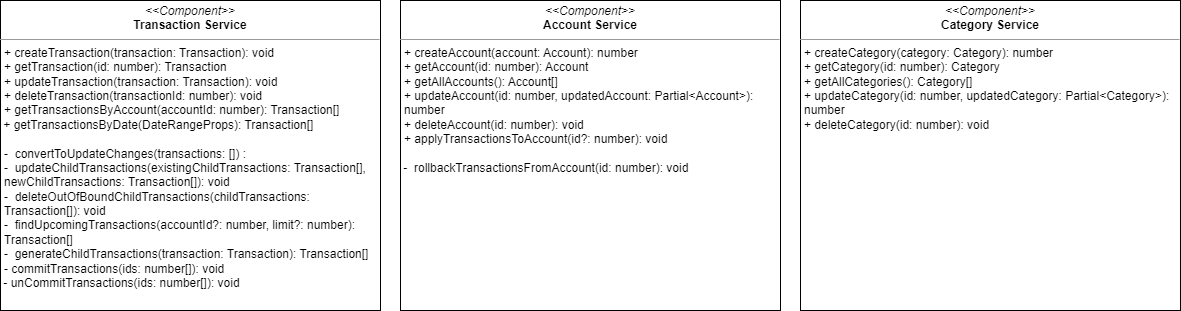
ssanjose/transact keeps this draw.io diagram as ERD_and_Implementation/diagrams/services.drawio.png. Above is the earlier version. Source tidied: cells renumbered, new cells last; positions are measured from the earlier drawing's top-left corner, leaving out a move shared by most shapes.
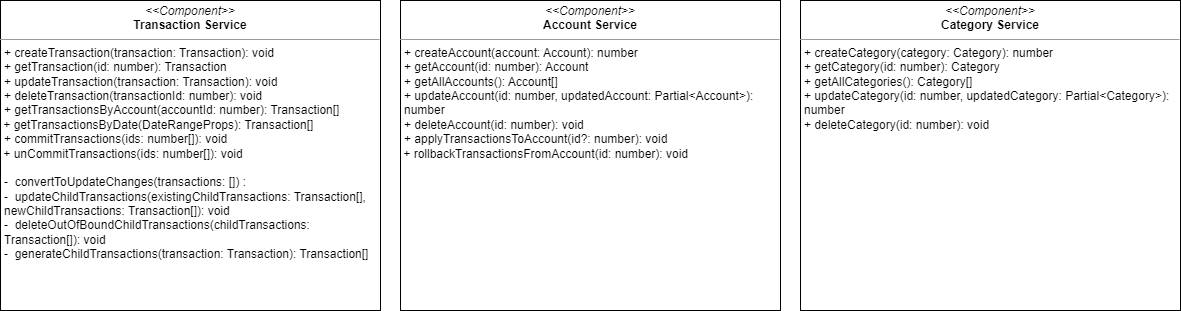
After the commit.

Commit message:
update: transaction and account service diagram

Change to the diagram source:
```diff
@@ -2,10 +2,10 @@
   <root>
     <mxCell id="0" />
     <mxCell id="1" parent="0" />
-    <mxCell id="2" value="&lt;p style=&quot;margin:0px;margin-top:4px;text-align:center;&quot;&gt;&lt;i&gt;&amp;lt;&amp;lt;Component&amp;gt;&amp;gt;&lt;/i&gt;&lt;br&gt;&lt;span style=&quot;font-weight: 700;&quot;&gt;Transaction Service&lt;/span&gt;&lt;/p&gt;&lt;hr size=&quot;1&quot;&gt;&lt;p style=&quot;margin:0px;margin-left:4px;&quot;&gt;+ createTransaction(transaction: Transaction): void&lt;br&gt;+ getTransaction(id: number): Transaction&lt;/p&gt;&lt;p style=&quot;margin:0px;margin-left:4px;&quot;&gt;+ updateTransaction(transaction: Transaction): void&lt;br&gt;&lt;/p&gt;&lt;p style=&quot;margin:0px;margin-left:4px;&quot;&gt;+ deleteTransaction(transactionId: number): void&lt;br&gt;&lt;/p&gt;&lt;p style=&quot;margin:0px;margin-left:4px;&quot;&gt;+ getTransactionsByAccount(accountId: number): Transaction[]&lt;/p&gt;&amp;nbsp;+&amp;nbsp;&lt;span style=&quot;background-color: initial;&quot;&gt;getTransactionsByDate(DateRangeProps): Transaction[]&lt;/span&gt;&lt;br&gt;&lt;p style=&quot;margin:0px;margin-left:4px;&quot;&gt;&lt;br&gt;&lt;/p&gt;&lt;p style=&quot;margin:0px;margin-left:4px;&quot;&gt;-&amp;nbsp; convertToUpdateChanges(transactions: []) :&amp;nbsp;&lt;/p&gt;&lt;p style=&quot;margin:0px;margin-left:4px;&quot;&gt;-&amp;nbsp; updateChildTransactions(existingChildTransactions: Transaction[], newChildTransactions: Transaction[]): void&lt;/p&gt;&lt;p style=&quot;margin:0px;margin-left:4px;&quot;&gt;-&amp;nbsp; deleteOutOfBoundChildTransactions(childTransactions: Transaction[]): void&lt;/p&gt;&lt;p style=&quot;margin:0px;margin-left:4px;&quot;&gt;-&amp;nbsp; findUpcomingTransactions(accountId?: number, limit?: number): Transaction[]&lt;/p&gt;&lt;p style=&quot;margin:0px;margin-left:4px;&quot;&gt;-&amp;nbsp; generateChildTransactions(transaction: Transaction): Transaction[]&lt;/p&gt;&lt;p style=&quot;margin:0px;margin-left:4px;&quot;&gt;- commitTransactions(ids: number[]): void&lt;span style=&quot;background-color: initial;&quot;&gt;&amp;nbsp;&lt;/span&gt;&lt;/p&gt;&amp;nbsp;- unCommitTransactions(ids: number[]): void&lt;p style=&quot;margin:0px;margin-left:4px;&quot;&gt;&lt;br&gt;&lt;/p&gt;" style="verticalAlign=top;align=left;overflow=fill;fontSize=12;fontFamily=Helvetica;html=1;whiteSpace=wrap;" parent="1" vertex="1">
+    <mxCell id="2" value="&lt;p style=&quot;margin:0px;margin-top:4px;text-align:center;&quot;&gt;&lt;i&gt;&amp;lt;&amp;lt;Component&amp;gt;&amp;gt;&lt;/i&gt;&lt;br&gt;&lt;span style=&quot;font-weight: 700;&quot;&gt;Transaction Service&lt;/span&gt;&lt;/p&gt;&lt;hr size=&quot;1&quot;&gt;&lt;p style=&quot;margin:0px;margin-left:4px;&quot;&gt;+ createTransaction(transaction: Transaction): void&lt;br&gt;+ getTransaction(id: number): Transaction&lt;/p&gt;&lt;p style=&quot;margin:0px;margin-left:4px;&quot;&gt;+ updateTransaction(transaction: Transaction): void&lt;br&gt;&lt;/p&gt;&lt;p style=&quot;margin:0px;margin-left:4px;&quot;&gt;+ deleteTransaction(transactionId: number): void&lt;br&gt;&lt;/p&gt;&lt;p style=&quot;margin:0px;margin-left:4px;&quot;&gt;+ getTransactionsByAccount(accountId: number): Transaction[]&lt;/p&gt;&amp;nbsp;+&amp;nbsp;&lt;span style=&quot;background-color: initial;&quot;&gt;getTransactionsByDate(DateRangeProps): Transaction[]&lt;br&gt;&lt;/span&gt;&lt;p style=&quot;margin: 0px 0px 0px 4px;&quot;&gt;+ commitTransactions(ids: number[]): void&lt;span style=&quot;background-color: initial;&quot;&gt;&amp;nbsp;&lt;/span&gt;&lt;/p&gt;&amp;nbsp;+ unCommitTransactions(ids: number[]): void&lt;br&gt;&lt;p style=&quot;margin:0px;margin-left:4px;&quot;&gt;&lt;br&gt;&lt;/p&gt;&lt;p style=&quot;margin:0px;margin-left:4px;&quot;&gt;-&amp;nbsp; convertToUpdateChanges(transactions: []) :&amp;nbsp;&lt;/p&gt;&lt;p style=&quot;margin:0px;margin-left:4px;&quot;&gt;-&amp;nbsp; updateChildTransactions(existingChildTransactions: Transaction[], newChildTransactions: Transaction[]): void&lt;/p&gt;&lt;p style=&quot;margin:0px;margin-left:4px;&quot;&gt;-&amp;nbsp; deleteOutOfBoundChildTransactions(childTransactions: Transaction[]): void&lt;/p&gt;&lt;p style=&quot;margin:0px;margin-left:4px;&quot;&gt;-&amp;nbsp; generateChildTransactions(transaction: Transaction): Transaction[]&lt;/p&gt;" style="verticalAlign=top;align=left;overflow=fill;fontSize=12;fontFamily=Helvetica;html=1;whiteSpace=wrap;" parent="1" vertex="1">
       <mxGeometry width="380" height="310" as="geometry" />
     </mxCell>
-    <mxCell id="3" value="&lt;p style=&quot;margin:0px;margin-top:4px;text-align:center;&quot;&gt;&lt;i&gt;&amp;lt;&amp;lt;Component&amp;gt;&amp;gt;&lt;/i&gt;&lt;br&gt;&lt;span style=&quot;font-weight: 700;&quot;&gt;Account Service&lt;/span&gt;&lt;/p&gt;&lt;hr size=&quot;1&quot;&gt;&lt;p style=&quot;margin:0px;margin-left:4px;&quot;&gt;+ createAccount(account: Account): number&lt;br&gt;+ getAccount(id: number): Account&lt;/p&gt;&lt;p style=&quot;margin:0px;margin-left:4px;&quot;&gt;+ getAllAccounts(): Account[]&lt;br&gt;&lt;/p&gt;&lt;p style=&quot;margin:0px;margin-left:4px;&quot;&gt;+ updateAccount(id: number, updatedAccount: Partial&amp;lt;Account&amp;gt;): number&lt;br&gt;&lt;/p&gt;&lt;p style=&quot;margin:0px;margin-left:4px;&quot;&gt;+ deleteAccount(id: number): void&lt;/p&gt;&lt;p style=&quot;margin:0px;margin-left:4px;&quot;&gt;+ applyTransactionsToAccount(id?: number): void&lt;/p&gt;&lt;br&gt;&amp;nbsp;-&amp;nbsp; rollbackTransactionsFromAccount(id: number): void&amp;nbsp;&lt;br&gt;&lt;p style=&quot;margin:0px;margin-left:4px;&quot;&gt;&lt;br&gt;&lt;/p&gt;&lt;p style=&quot;margin:0px;margin-left:4px;&quot;&gt;&lt;br&gt;&lt;/p&gt;" style="verticalAlign=top;align=left;overflow=fill;fontSize=12;fontFamily=Helvetica;html=1;whiteSpace=wrap;" parent="1" vertex="1">
+    <mxCell id="3" value="&lt;p style=&quot;margin:0px;margin-top:4px;text-align:center;&quot;&gt;&lt;i&gt;&amp;lt;&amp;lt;Component&amp;gt;&amp;gt;&lt;/i&gt;&lt;br&gt;&lt;span style=&quot;font-weight: 700;&quot;&gt;Account Service&lt;/span&gt;&lt;/p&gt;&lt;hr size=&quot;1&quot;&gt;&lt;p style=&quot;margin:0px;margin-left:4px;&quot;&gt;+ createAccount(account: Account): number&lt;br&gt;+ getAccount(id: number): Account&lt;/p&gt;&lt;p style=&quot;margin:0px;margin-left:4px;&quot;&gt;+ getAllAccounts(): Account[]&lt;br&gt;&lt;/p&gt;&lt;p style=&quot;margin:0px;margin-left:4px;&quot;&gt;+ updateAccount(id: number, updatedAccount: Partial&amp;lt;Account&amp;gt;): number&lt;br&gt;&lt;/p&gt;&lt;p style=&quot;margin:0px;margin-left:4px;&quot;&gt;+ deleteAccount(id: number): void&lt;/p&gt;&lt;p style=&quot;margin:0px;margin-left:4px;&quot;&gt;+ applyTransactionsToAccount(id?: number): void&lt;/p&gt;&amp;nbsp;+ rollbackTransactionsFromAccount(id: number): void&amp;nbsp;&lt;br&gt;&lt;p style=&quot;margin:0px;margin-left:4px;&quot;&gt;&lt;br&gt;&lt;/p&gt;&lt;p style=&quot;margin:0px;margin-left:4px;&quot;&gt;&lt;br&gt;&lt;/p&gt;" style="verticalAlign=top;align=left;overflow=fill;fontSize=12;fontFamily=Helvetica;html=1;whiteSpace=wrap;" parent="1" vertex="1">
       <mxGeometry x="400" width="380" height="310" as="geometry" />
     </mxCell>
     <mxCell id="4" value="&lt;p style=&quot;margin:0px;margin-top:4px;text-align:center;&quot;&gt;&lt;i&gt;&amp;lt;&amp;lt;Component&amp;gt;&amp;gt;&lt;/i&gt;&lt;br&gt;&lt;span style=&quot;font-weight: 700;&quot;&gt;Category Service&lt;/span&gt;&lt;/p&gt;&lt;hr size=&quot;1&quot;&gt;&lt;p style=&quot;margin:0px;margin-left:4px;&quot;&gt;+ createCategory(category: Category): number&lt;br&gt;+ getCategory(id: number): Category&lt;/p&gt;&lt;p style=&quot;margin:0px;margin-left:4px;&quot;&gt;+ getAllCategories(): Category[]&lt;br&gt;&lt;/p&gt;&lt;p style=&quot;margin:0px;margin-left:4px;&quot;&gt;+ updateCategory(id: number, updatedCategory: Partial&amp;lt;Category&amp;gt;): number&lt;br&gt;&lt;/p&gt;&lt;p style=&quot;margin:0px;margin-left:4px;&quot;&gt;+ deleteCategory(id: number): void&lt;/p&gt;&lt;br&gt;&lt;p style=&quot;margin:0px;margin-left:4px;&quot;&gt;&lt;br&gt;&lt;/p&gt;&lt;p style=&quot;margin:0px;margin-left:4px;&quot;&gt;&lt;br&gt;&lt;/p&gt;" style="verticalAlign=top;align=left;overflow=fill;fontSize=12;fontFamily=Helvetica;html=1;whiteSpace=wrap;" parent="1" vertex="1">
```
